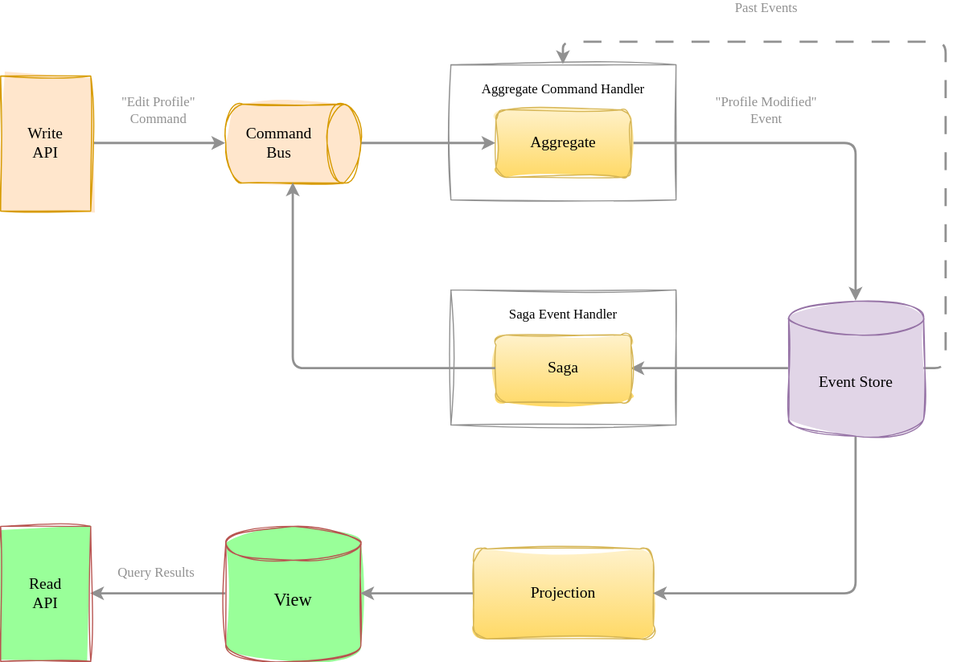
The draw.io diagram docs/images/node-cqrs-flow.svg in snatalenko/node-cqrs, before a commit. Source tidied: cells renumbered, new cells last; positions are measured from the earlier drawing's top-left corner, leaving out a move shared by most shapes.
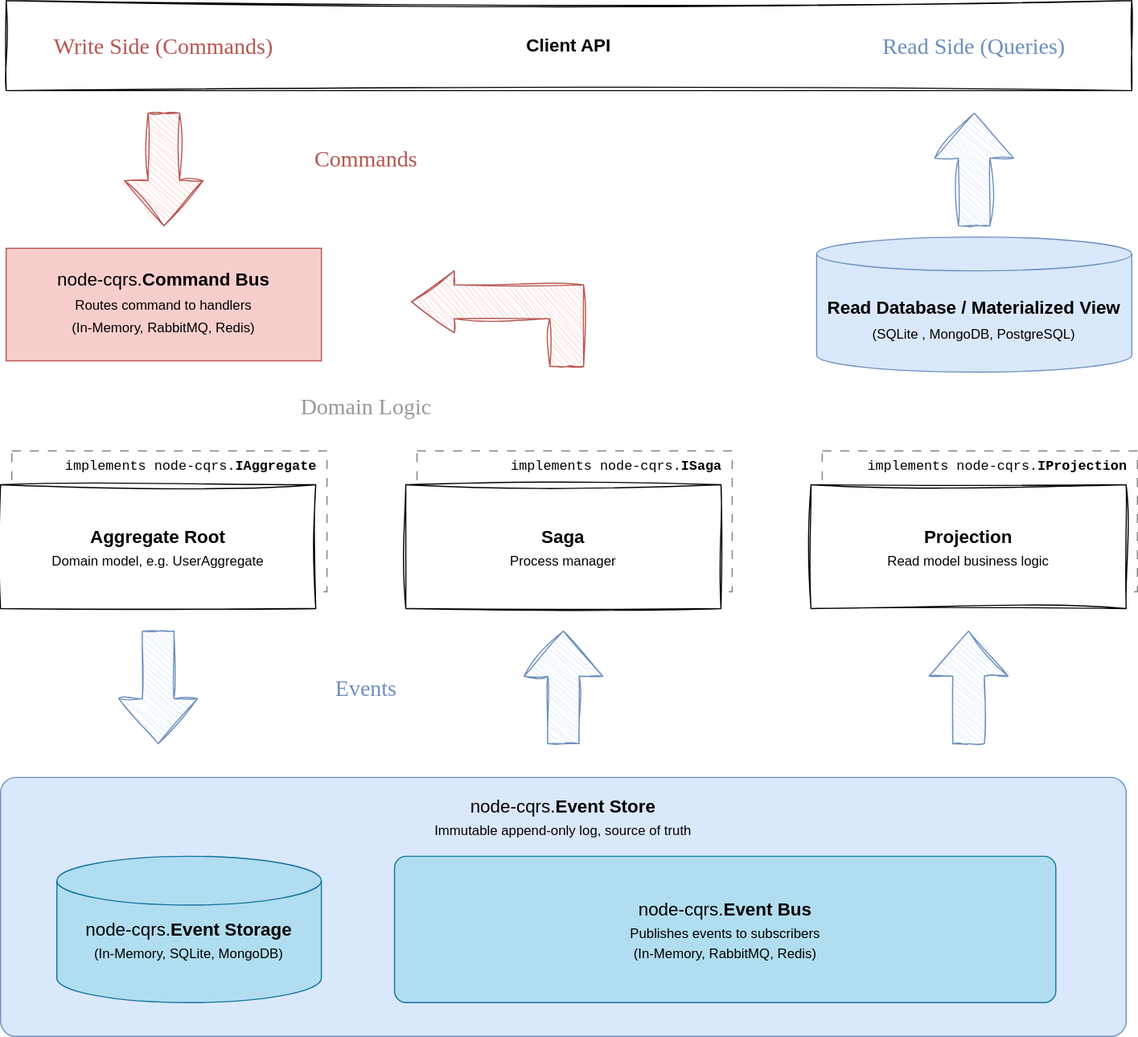
After the change.

Change to the diagram source:
```diff
@@ -2,72 +2,86 @@
   <root>
     <mxCell id="0" />
     <mxCell id="1" parent="0" />
-    <mxCell id="2" value="Aggregate Command Handler" style="rounded=0;whiteSpace=wrap;html=1;verticalAlign=top;fontFamily=Comic Sans MS;fontSize=12;spacingTop=8;strokeColor=light-dark(#919191, #ededed);sketch=1;curveFitting=1;jiggle=2;" parent="1" vertex="1">
-      <mxGeometry x="400" width="200" height="120" as="geometry" />
-    </mxCell>
-    <mxCell id="3" value="Saga Event Handler" style="rounded=0;whiteSpace=wrap;html=1;verticalAlign=top;fontFamily=Comic Sans MS;fontSize=12;spacingTop=8;strokeColor=light-dark(#919191, #ededed);sketch=1;curveFitting=1;jiggle=2;" parent="1" vertex="1">
-      <mxGeometry x="400" y="200" width="200" height="120" as="geometry" />
-    </mxCell>
-    <mxCell id="4" style="edgeStyle=orthogonalEdgeStyle;rounded=0;jettySize=auto;html=1;exitX=0;exitY=0.5;exitDx=0;exitDy=0;entryX=1;entryY=0.5;entryDx=0;entryDy=0;exitPerimeter=0;fontFamily=Tahoma;fontSize=12;strokeWidth=2;strokeColor=light-dark(#919191,#EDEDED);" parent="1" edge="1" source="21" target="9">
-      <mxGeometry relative="1" as="geometry" />
-    </mxCell>
-    <mxCell id="5" value="&quot;Edit Profile&quot;&lt;div&gt;Command&lt;/div&gt;" style="edgeStyle=orthogonalEdgeStyle;rounded=1;jettySize=auto;html=1;exitX=1;exitY=0.5;exitDx=0;exitDy=0;entryX=0.5;entryY=1;entryDx=0;entryDy=0;entryPerimeter=0;fontFamily=Comic Sans MS;fontSize=12;curved=0;strokeWidth=2;strokeColor=light-dark(#919191,#EDEDED);labelBackgroundColor=none;fontColor=light-dark(#919191, #ededed);" parent="1" edge="1" source="6" target="16">
-      <mxGeometry y="30" relative="1" as="geometry" />
-    </mxCell>
-    <mxCell id="6" value="Write&lt;br&gt;API" style="rounded=0;spacing=2;fillColor=#ffe6cc;strokeColor=#d79b00;fontFamily=Comic Sans MS;fontSize=14;strokeWidth=1;labelBorderColor=none;html=1;whiteSpace=wrap;sketch=1;curveFitting=1;jiggle=2;fillStyle=solid;" parent="1" vertex="1">
-      <mxGeometry y="10" width="80" height="120" as="geometry" />
-    </mxCell>
-    <mxCell id="7" value="&quot;Profile Modified&quot;&lt;div&gt;Event&lt;/div&gt;" style="edgeStyle=orthogonalEdgeStyle;rounded=1;jettySize=auto;html=1;exitX=1;exitY=0.5;exitDx=0;exitDy=0;entryX=0.5;entryY=0;entryDx=0;entryDy=0;entryPerimeter=0;fontFamily=Comic Sans MS;fontSize=12;curved=0;strokeWidth=2;strokeColor=light-dark(#919191,#EDEDED);labelBackgroundColor=none;fontColor=light-dark(#919191, #ededed);" parent="1" edge="1" source="8" target="21">
-      <mxGeometry x="-0.29" y="30" relative="1" as="geometry" />
-    </mxCell>
-    <mxCell id="8" value="Aggregate" style="rounded=1;whiteSpace=wrap;html=1;fontFamily=Comic Sans MS;fontSize=14;sketch=1;curveFitting=1;jiggle=2;fillColor=#fff2cc;gradientColor=#ffd966;strokeColor=#d6b656;fontStyle=0;" parent="1" vertex="1">
-      <mxGeometry x="440" y="40" width="120" height="60" as="geometry" />
-    </mxCell>
-    <mxCell id="9" value="Saga" style="rounded=1;whiteSpace=wrap;html=1;fontFamily=Comic Sans MS;fontSize=14;sketch=1;curveFitting=1;jiggle=2;fillColor=#fff2cc;gradientColor=#ffd966;strokeColor=#d6b656;" parent="1" vertex="1">
-      <mxGeometry x="440" y="240" width="120" height="60" as="geometry" />
-    </mxCell>
-    <mxCell id="10" value="Projection" style="rounded=1;whiteSpace=wrap;html=1;verticalAlign=middle;fontFamily=Comic Sans MS;fontSize=14;fillColor=#fff2cc;gradientColor=#ffd966;strokeColor=#d6b656;sketch=1;curveFitting=1;jiggle=2;fillStyle=solid;strokeWidth=1;align=center;spacingTop=0;spacing=2;fontColor=default;" parent="1" vertex="1">
-      <mxGeometry x="420" y="430" width="160" height="80" as="geometry" />
-    </mxCell>
-    <mxCell id="11" style="edgeStyle=orthogonalEdgeStyle;rounded=0;jettySize=auto;html=1;exitX=0;exitY=0.5;exitDx=0;exitDy=0;exitPerimeter=0;entryX=1;entryY=0.5;entryDx=0;entryDy=0;fontFamily=Comic Sans MS;fontSize=12;strokeWidth=2;strokeColor=light-dark(#919191,#EDEDED);" parent="1" edge="1" source="13" target="19">
-      <mxGeometry relative="1" as="geometry" />
-    </mxCell>
-    <mxCell id="12" value="Query Results" style="edgeLabel;html=1;align=center;verticalAlign=middle;fontFamily=Comic Sans MS;fontSize=12;labelBackgroundColor=none;fontColor=light-dark(#919191, #ededed);" parent="11" vertex="1">
-      <mxGeometry x="-0.02" y="-1" relative="1" as="geometry">
-        <mxPoint x="-4" y="-19" as="offset" />
-      </mxGeometry>
-    </mxCell>
-    <mxCell id="13" value="View" style="shape=cylinder3;whiteSpace=wrap;html=1;boundedLbl=1;backgroundOutline=1;size=15;fillColor=#99FF99;strokeColor=#b85450;fontFamily=Comic Sans MS;fontSize=16;strokeWidth=1;spacingBottom=16;sketch=1;curveFitting=1;jiggle=2;fillStyle=solid;rounded=0;align=center;verticalAlign=middle;spacingTop=0;spacing=2;fontColor=default;" parent="1" vertex="1">
-      <mxGeometry x="200" y="410" width="120" height="120" as="geometry" />
-    </mxCell>
-    <mxCell id="14" style="edgeStyle=orthogonalEdgeStyle;rounded=0;jettySize=auto;html=1;exitX=0;exitY=0.5;exitDx=0;exitDy=0;entryX=1;entryY=0.5;entryDx=0;entryDy=0;entryPerimeter=0;fontFamily=Tahoma;fontSize=12;strokeWidth=2;strokeColor=light-dark(#919191,#EDEDED);" parent="1" edge="1" source="10" target="13">
-      <mxGeometry relative="1" as="geometry" />
-    </mxCell>
-    <mxCell id="15" style="edgeStyle=orthogonalEdgeStyle;rounded=1;jettySize=auto;html=1;exitX=0.5;exitY=0;exitDx=0;exitDy=0;exitPerimeter=0;entryX=0;entryY=0.5;entryDx=0;entryDy=0;fontFamily=Tahoma;fontSize=12;curved=0;strokeWidth=2;strokeColor=light-dark(#919191,#EDEDED);" parent="1" edge="1" source="16" target="8">
-      <mxGeometry relative="1" as="geometry" />
-    </mxCell>
-    <mxCell id="16" value="Command&lt;div&gt;Bus&lt;/div&gt;" style="shape=cylinder3;whiteSpace=wrap;html=1;boundedLbl=1;backgroundOutline=1;size=15;rotation=90;horizontal=0;direction=east;fontFamily=Comic Sans MS;fontSize=14;fillColor=#ffe6cc;strokeColor=#d79b00;strokeWidth=1;sketch=1;curveFitting=1;jiggle=2;fillStyle=solid;" parent="1" vertex="1">
-      <mxGeometry x="225" y="10" width="70" height="120" as="geometry" />
-    </mxCell>
-    <mxCell id="17" style="edgeStyle=orthogonalEdgeStyle;rounded=0;orthogonalLoop=1;jettySize=auto;html=1;exitX=0.5;exitY=1;exitDx=0;exitDy=0;exitPerimeter=0;entryX=0;entryY=0.5;entryDx=0;entryDy=0;entryPerimeter=0;" parent="1" edge="1">
-      <mxGeometry relative="1" as="geometry">
-        <mxPoint x="690" y="355" as="targetPoint" />
-      </mxGeometry>
-    </mxCell>
-    <mxCell id="18" style="edgeStyle=orthogonalEdgeStyle;rounded=1;jettySize=auto;html=1;exitX=0.5;exitY=1;exitDx=0;exitDy=0;exitPerimeter=0;entryX=1;entryY=0.5;entryDx=0;entryDy=0;fontFamily=Tahoma;fontSize=12;curved=0;strokeWidth=2;strokeColor=light-dark(#919191,#EDEDED);" parent="1" edge="1" source="21" target="10">
-      <mxGeometry relative="1" as="geometry" />
-    </mxCell>
-    <mxCell id="19" value="Read&lt;div&gt;API&lt;/div&gt;" style="rounded=0;whiteSpace=wrap;html=1;fillColor=#99FF99;strokeColor=#b85450;fontFamily=Comic Sans MS;fontSize=14;strokeWidth=1;sketch=1;curveFitting=1;jiggle=2;spacingTop=0;spacing=2;fillStyle=solid;" parent="1" vertex="1">
-      <mxGeometry y="410" width="80" height="120" as="geometry" />
-    </mxCell>
-    <mxCell id="20" value="&lt;span&gt;Past Events&lt;/span&gt;" style="edgeStyle=orthogonalEdgeStyle;rounded=1;jettySize=auto;html=1;exitX=1;exitY=0.5;exitDx=0;exitDy=0;exitPerimeter=0;entryX=0.5;entryY=0;entryDx=0;entryDy=0;dashed=1;dashPattern=8 8;fontFamily=Comic Sans MS;fontSize=12;curved=0;strokeWidth=2;strokeColor=light-dark(#919191,#EDEDED);labelBackgroundColor=none;fontColor=light-dark(#919191, #ededed);" parent="1" edge="1" source="21" target="2">
-      <mxGeometry x="0.4" y="-30" relative="1" as="geometry" />
-    </mxCell>
-    <mxCell id="21" value="Event Store" style="shape=cylinder3;whiteSpace=wrap;html=1;boundedLbl=1;backgroundOutline=1;size=15;fillColor=#e1d5e7;strokeColor=#9673a6;strokeWidth=1;fontFamily=Comic Sans MS;fontSize=14;sketch=1;curveFitting=1;jiggle=2;fillStyle=solid;" parent="1" vertex="1">
-      <mxGeometry x="700" y="210" width="120" height="120" as="geometry" />
-    </mxCell>
-    <mxCell id="22" style="edgeStyle=orthogonalEdgeStyle;rounded=1;jettySize=auto;html=1;exitX=0;exitY=0.5;exitDx=0;exitDy=0;entryX=1;entryY=0.5;entryDx=0;entryDy=0;entryPerimeter=0;fontFamily=Tahoma;fontSize=12;curved=0;sourcePerimeterSpacing=0;targetPerimeterSpacing=0;jumpStyle=none;strokeWidth=2;strokeColor=light-dark(#919191,#EDEDED);" parent="1" edge="1" source="9" target="16">
-      <mxGeometry relative="1" as="geometry" />
-    </mxCell>
+    <mxCell id="23" value="&lt;div style=&quot;line-height: 150%;&quot;&gt;&lt;span style=&quot;background-color: transparent; color: light-dark(rgb(0, 0, 0), rgb(255, 255, 255));&quot;&gt;implements node-cqrs.&lt;b&gt;IProjection&lt;/b&gt;&lt;/span&gt;&lt;/div&gt;" style="rounded=0;whiteSpace=wrap;html=1;hachureGap=4;fontFamily=Courier New;spacingTop=0;spacingBottom=0;spacing=0;verticalAlign=top;align=right;spacingRight=9;dashed=1;dashPattern=8 8;strokeColor=#808080;fontSize=12;" parent="1" vertex="1">
+      <mxGeometry x="765" y="290" width="280" height="125" as="geometry" />
+    </mxCell>
+    <mxCell id="24" value="&lt;div style=&quot;line-height: 150%;&quot;&gt;&lt;span style=&quot;background-color: transparent; color: light-dark(rgb(0, 0, 0), rgb(255, 255, 255));&quot;&gt;implements node-cqrs.&lt;b&gt;ISaga&lt;/b&gt;&lt;/span&gt;&lt;/div&gt;" style="rounded=0;whiteSpace=wrap;html=1;hachureGap=4;fontFamily=Courier New;spacingTop=0;spacingBottom=0;spacing=0;verticalAlign=top;align=right;spacingRight=9;dashed=1;dashPattern=8 8;strokeColor=#808080;fontSize=12;" parent="1" vertex="1">
+      <mxGeometry x="405" y="290" width="280" height="125" as="geometry" />
+    </mxCell>
+    <mxCell id="25" value="&lt;div style=&quot;line-height: 150%;&quot;&gt;&lt;span style=&quot;background-color: transparent; color: light-dark(rgb(0, 0, 0), rgb(255, 255, 255));&quot;&gt;implements node-cqrs.&lt;b&gt;IAggregate&lt;/b&gt;&lt;/span&gt;&lt;/div&gt;" style="rounded=0;whiteSpace=wrap;html=1;hachureGap=4;fontFamily=Courier New;spacingTop=0;spacingBottom=0;spacing=0;verticalAlign=top;align=right;spacingRight=9;dashed=1;dashPattern=8 8;strokeColor=#808080;fontSize=12;" parent="1" vertex="1">
+      <mxGeometry x="45" y="290" width="280" height="125" as="geometry" />
+    </mxCell>
+    <mxCell id="26" value="Client API" style="rounded=0;whiteSpace=wrap;html=1;hachureGap=4;fontFamily=Helvetica;fontSize=16;fontStyle=1;spacingTop=0;spacingBottom=0;spacing=10;sketch=1;curveFitting=1;jiggle=2;" parent="1" vertex="1">
+      <mxGeometry x="40" y="-110" width="1000" height="80" as="geometry" />
+    </mxCell>
+    <mxCell id="27" value="&lt;div style=&quot;line-height: 170%;&quot;&gt;&lt;span style=&quot;font-size: 16px; background-color: transparent; color: light-dark(rgb(0, 0, 0), rgb(255, 255, 255));&quot;&gt;node-cqrs.&lt;/span&gt;&lt;b style=&quot;font-size: 16px; background-color: transparent; color: light-dark(rgb(0, 0, 0), rgb(255, 255, 255));&quot;&gt;Command Bus&lt;/b&gt;&lt;/div&gt;&lt;div style=&quot;line-height: 170%;&quot;&gt;&lt;div&gt;Routes command to handlers&lt;/div&gt;&lt;div&gt;(In-Memory, RabbitMQ, Redis)&lt;/div&gt;&lt;/div&gt;" style="rounded=0;whiteSpace=wrap;html=1;hachureGap=4;fontFamily=Helvetica;spacingTop=0;spacingBottom=0;spacing=10;fillColor=#f8cecc;strokeColor=#b85450;" parent="1" vertex="1">
+      <mxGeometry x="40" y="110" width="280" height="100" as="geometry" />
+    </mxCell>
+    <mxCell id="28" value="&lt;div style=&quot;line-height: 150%;&quot;&gt;&lt;b&gt;&lt;font style=&quot;font-size: 16px; line-height: 150%;&quot;&gt;Aggregate Root&lt;/font&gt;&lt;/b&gt;&lt;/div&gt;&lt;div style=&quot;line-height: 150%;&quot;&gt;Domain model, e.g. UserAggregate&lt;/div&gt;" style="rounded=0;whiteSpace=wrap;html=1;hachureGap=4;fontFamily=Helvetica;spacingTop=0;spacingBottom=0;spacing=10;sketch=1;curveFitting=1;jiggle=2;" parent="1" vertex="1">
+      <mxGeometry x="35" y="320" width="280" height="110" as="geometry" />
+    </mxCell>
+    <mxCell id="29" value="&lt;div style=&quot;line-height: 150%;&quot;&gt;&lt;font style=&quot;font-size: 16px; line-height: 150%;&quot;&gt;node-cqrs.&lt;b&gt;Event Store&lt;/b&gt;&lt;/font&gt;&lt;div&gt;&lt;span style=&quot;background-color: transparent; color: light-dark(rgb(0, 0, 0), rgb(255, 255, 255));&quot;&gt;Immutable append-only log,&amp;nbsp;&lt;/span&gt;&lt;span style=&quot;background-color: transparent; color: light-dark(rgb(0, 0, 0), rgb(255, 255, 255));&quot;&gt;source of truth&lt;/span&gt;&lt;/div&gt;&lt;/div&gt;" style="rounded=1;whiteSpace=wrap;html=1;hachureGap=4;fontFamily=Helvetica;verticalAlign=top;spacingTop=0;spacingBottom=0;spacing=10;fillColor=#dae8fc;strokeColor=#6c8ebf;shadow=0;arcSize=6;" parent="1" vertex="1">
+      <mxGeometry x="35" y="580" width="1000" height="230" as="geometry" />
+    </mxCell>
+    <mxCell id="30" style="edgeStyle=orthogonalEdgeStyle;rounded=0;hachureGap=4;orthogonalLoop=1;jettySize=auto;html=1;exitX=1;exitY=0.5;exitDx=0;exitDy=0;exitPerimeter=0;fontFamily=Helvetica;spacingTop=0;spacingBottom=0;spacing=10;" parent="1" edge="1">
+      <mxGeometry relative="1" as="geometry">
+        <mxPoint x="180" y="117.5" as="sourcePoint" />
+        <mxPoint x="180" y="117.5" as="targetPoint" />
+      </mxGeometry>
+    </mxCell>
+    <mxCell id="31" style="edgeStyle=orthogonalEdgeStyle;rounded=0;hachureGap=4;orthogonalLoop=1;jettySize=auto;html=1;exitX=1;exitY=0.5;exitDx=0;exitDy=0;exitPerimeter=0;fontFamily=Helvetica;spacingTop=0;spacingBottom=0;spacing=10;" parent="1" edge="1">
+      <mxGeometry relative="1" as="geometry">
+        <mxPoint x="180" y="117.5" as="sourcePoint" />
+        <mxPoint x="180" y="117.5" as="targetPoint" />
+      </mxGeometry>
+    </mxCell>
+    <mxCell id="32" value="&lt;div style=&quot;line-height: 150%;&quot;&gt;&lt;font style=&quot;font-size: 16px; line-height: 150%;&quot;&gt;&lt;b&gt;Projection&lt;/b&gt;&lt;/font&gt;&lt;div&gt;Read model business logic&lt;/div&gt;&lt;/div&gt;" style="rounded=0;whiteSpace=wrap;html=1;hachureGap=4;fontFamily=Helvetica;spacingTop=0;spacingBottom=0;spacing=10;glass=0;sketch=1;curveFitting=1;jiggle=2;" parent="1" vertex="1">
+      <mxGeometry x="755" y="320" width="280" height="110" as="geometry" />
+    </mxCell>
+    <mxCell id="33" value="&lt;div style=&quot;line-height: 170%;&quot;&gt;&lt;font style=&quot;font-size: 16px; line-height: 170%;&quot;&gt;&lt;b&gt;Read Database / Materialized View&lt;/b&gt;&lt;/font&gt;&lt;div&gt;&lt;span style=&quot;background-color: transparent; color: light-dark(rgb(0, 0, 0), rgb(255, 255, 255));&quot;&gt;(&lt;/span&gt;&lt;span style=&quot;background-color: transparent; color: light-dark(rgb(0, 0, 0), rgb(255, 255, 255));&quot;&gt;SQLite ,&amp;nbsp;&lt;/span&gt;&lt;span style=&quot;background-color: transparent; color: light-dark(rgb(0, 0, 0), rgb(255, 255, 255));&quot;&gt;MongoDB, PostgreSQL)&lt;/span&gt;&lt;/div&gt;&lt;/div&gt;" style="shape=cylinder3;whiteSpace=wrap;html=1;boundedLbl=1;backgroundOutline=1;size=15;hachureGap=4;fontFamily=Helvetica;spacingTop=0;spacingBottom=0;spacing=10;fillColor=#dae8fc;strokeColor=#6c8ebf;" parent="1" vertex="1">
+      <mxGeometry x="760" y="100" width="280" height="120" as="geometry" />
+    </mxCell>
+    <mxCell id="34" value="&lt;div style=&quot;line-height: 150%;&quot;&gt;&lt;font style=&quot;font-size: 16px; line-height: 150%;&quot;&gt;&lt;b&gt;Saga&lt;/b&gt;&lt;/font&gt;&lt;div&gt;&lt;font&gt;Process manager&lt;/font&gt;&lt;/div&gt;&lt;/div&gt;" style="rounded=0;whiteSpace=wrap;html=1;hachureGap=4;fontFamily=Helvetica;spacingTop=0;spacingBottom=0;spacing=10;sketch=1;curveFitting=1;jiggle=2;" parent="1" vertex="1">
+      <mxGeometry x="395" y="320" width="280" height="110" as="geometry" />
+    </mxCell>
+    <mxCell id="35" value="&lt;div style=&quot;line-height: 150%;&quot;&gt;&lt;div&gt;&lt;b&gt;&lt;font&gt;&lt;br&gt;&lt;/font&gt;&lt;/b&gt;&lt;/div&gt;&lt;font style=&quot;font-size: 16px; line-height: 150%;&quot;&gt;node-cqrs.&lt;b&gt;Event Storage&lt;/b&gt;&lt;br&gt;&lt;/font&gt;&lt;div&gt;(In-Memory, SQLite, MongoDB)&lt;/div&gt;&lt;/div&gt;" style="strokeWidth=1;html=1;shape=mxgraph.flowchart.database;whiteSpace=wrap;hachureGap=4;fontFamily=Helvetica;autosizeText=0;fontSize=12;spacingTop=0;spacingBottom=0;spacing=10;fillColor=#b1ddf0;strokeColor=#10739e;" parent="1" vertex="1">
+      <mxGeometry x="85" y="650" width="235" height="130" as="geometry" />
+    </mxCell>
+    <mxCell id="36" value="&lt;div style=&quot;line-height: 150%;&quot;&gt;&lt;font style=&quot;font-size: 16px; line-height: 150%;&quot;&gt;node-cqrs.&lt;b&gt;Event Bus&lt;/b&gt;&lt;/font&gt;&lt;div&gt;Publishes events to subscribers&lt;/div&gt;&lt;div&gt;&lt;span style=&quot;background-color: transparent; color: light-dark(rgb(0, 0, 0), rgb(255, 255, 255));&quot;&gt;(In-Memory,&lt;/span&gt;&lt;span style=&quot;background-color: transparent; color: light-dark(rgb(0, 0, 0), rgb(255, 255, 255));&quot;&gt;&amp;nbsp;&lt;/span&gt;RabbitMQ, Redis)&lt;/div&gt;&lt;/div&gt;" style="rounded=1;whiteSpace=wrap;html=1;hachureGap=4;fontFamily=Helvetica;spacing=10;textShadow=0;spacingTop=0;spacingBottom=0;fillColor=#b1ddf0;strokeColor=#10739e;arcSize=8;" parent="1" vertex="1">
+      <mxGeometry x="385" y="650" width="587.5" height="130" as="geometry" />
+    </mxCell>
+    <mxCell id="37" style="html=1;shadow=0;dashed=0;align=center;verticalAlign=middle;shape=mxgraph.arrows2.bendArrow;dy=15;dx=38;notch=0;arrowHead=55;rounded=0;hachureGap=4;fontFamily=Helvetica;flipH=1;legacyAnchorPoints=0;strokeWidth=1;spacingTop=0;spacingBottom=0;spacing=10;fillColor=#f8cecc;strokeColor=#b85450;sketch=1;curveFitting=1;jiggle=2;" parent="1" vertex="1">
+      <mxGeometry x="400" y="130" width="153" height="85" as="geometry" />
+    </mxCell>
+    <mxCell id="38" style="html=1;shadow=0;dashed=0;align=center;verticalAlign=middle;shape=mxgraph.arrows2.arrow;dy=0.6;dx=40;direction=south;notch=0;hachureGap=4;fontFamily=Helvetica;fillColor=#dae8fc;strokeColor=#6c8ebf;sketch=1;curveFitting=1;jiggle=2;" parent="1" vertex="1">
+      <mxGeometry x="140" y="450" width="70" height="100" as="geometry" />
+    </mxCell>
+    <mxCell id="39" style="html=1;shadow=0;dashed=0;align=center;verticalAlign=middle;shape=mxgraph.arrows2.arrow;dy=0.6;dx=40;direction=south;notch=0;hachureGap=4;fontFamily=Helvetica;fillColor=#f8cecc;strokeColor=#b85450;sketch=1;curveFitting=1;jiggle=2;" parent="1" vertex="1">
+      <mxGeometry x="145" y="-10" width="70" height="100" as="geometry" />
+    </mxCell>
+    <mxCell id="40" style="html=1;shadow=0;dashed=0;align=center;verticalAlign=middle;shape=mxgraph.arrows2.arrow;dy=0.6;dx=40;direction=north;notch=0;hachureGap=4;fontFamily=Architects Daughter;fontSource=https%3A%2F%2Ffonts.googleapis.com%2Fcss%3Ffamily%3DArchitects%2BDaughter;fillColor=#dae8fc;strokeColor=#6c8ebf;sketch=1;curveFitting=1;jiggle=2;" parent="1" vertex="1">
+      <mxGeometry x="500" y="450" width="70" height="100" as="geometry" />
+    </mxCell>
+    <mxCell id="41" style="html=1;shadow=0;dashed=0;align=center;verticalAlign=middle;shape=mxgraph.arrows2.arrow;dy=0.6;dx=40;direction=north;notch=0;hachureGap=4;fontFamily=Architects Daughter;fontSource=https%3A%2F%2Ffonts.googleapis.com%2Fcss%3Ffamily%3DArchitects%2BDaughter;fillColor=#dae8fc;strokeColor=#6c8ebf;sketch=1;curveFitting=1;jiggle=2;" parent="1" vertex="1">
+      <mxGeometry x="860" y="450" width="70" height="100" as="geometry" />
+    </mxCell>
+    <mxCell id="42" style="html=1;shadow=0;dashed=0;align=center;verticalAlign=middle;shape=mxgraph.arrows2.arrow;dy=0.6;dx=40;direction=north;notch=0;hachureGap=4;fontFamily=Architects Daughter;fontSource=https%3A%2F%2Ffonts.googleapis.com%2Fcss%3Ffamily%3DArchitects%2BDaughter;fillColor=#dae8fc;strokeColor=#6c8ebf;sketch=1;curveFitting=1;jiggle=2;" parent="1" vertex="1">
+      <mxGeometry x="865" y="-10" width="70" height="100" as="geometry" />
+    </mxCell>
+    <mxCell id="43" value="Write Side&amp;nbsp;&lt;span style=&quot;background-color: transparent;&quot;&gt;(Commands)&lt;/span&gt;" style="text;html=1;whiteSpace=wrap;strokeColor=none;fillColor=none;align=center;verticalAlign=middle;rounded=0;fontFamily=Comic Sans MS;fontSize=20;fontColor=#B85450;fontStyle=0;" parent="1" vertex="1">
+      <mxGeometry x="60" y="-90" width="240" height="40" as="geometry" />
+    </mxCell>
+    <mxCell id="44" value="Read Side&amp;nbsp;&lt;span style=&quot;background-color: transparent; color: light-dark(rgb(108, 142, 191), rgb(92, 121, 163));&quot;&gt;(Queries)&lt;/span&gt;" style="text;html=1;whiteSpace=wrap;strokeColor=none;fillColor=none;align=center;verticalAlign=middle;rounded=0;fontFamily=Comic Sans MS;fontSize=20;fontColor=#6C8EBF;fontStyle=0;" parent="1" vertex="1">
+      <mxGeometry x="795" y="-90" width="210" height="40" as="geometry" />
+    </mxCell>
+    <mxCell id="45" value="Events" style="text;html=1;whiteSpace=wrap;strokeColor=none;fillColor=none;align=center;verticalAlign=middle;rounded=0;fontFamily=Comic Sans MS;fontSize=20;fontColor=#6C8EBF;fontStyle=0;" parent="1" vertex="1">
+      <mxGeometry x="315" y="480" width="90" height="40" as="geometry" />
+    </mxCell>
+    <mxCell id="46" value="Domain Logic" style="text;html=1;whiteSpace=wrap;strokeColor=none;fillColor=none;align=center;verticalAlign=middle;rounded=0;fontFamily=Comic Sans MS;fontSize=20;fontColor=#999999;fontStyle=0;" parent="1" vertex="1">
+      <mxGeometry x="290" y="230" width="140" height="40" as="geometry" />
+    </mxCell>
+    <mxCell id="47" value="Commands" style="text;html=1;whiteSpace=wrap;strokeColor=none;fillColor=none;align=center;verticalAlign=middle;rounded=0;fontFamily=Comic Sans MS;fontSize=20;fontColor=#B85450;fontStyle=0;" parent="1" vertex="1">
+      <mxGeometry x="300" y="10" width="120" height="40" as="geometry" />
+    </mxCell>
   </root>
 </mxGraphModel>
```
